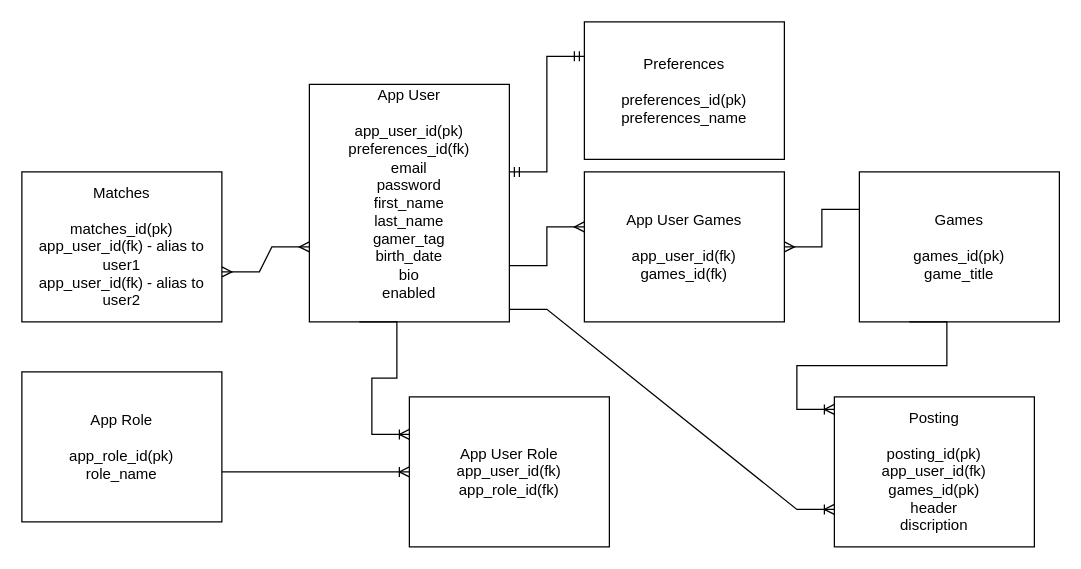
JLDeee/capstone keeps this draw.io diagram as capstone.drawio. Above is the earlier version. Source tidied: cells renumbered, new cells numbered last; positions are measured from the earlier drawing's top-left corner, leaving out a move shared by most shapes. Both pictures are drawn from the tidied source at 125%, with x=0, y=0 at pixel (21, 21).
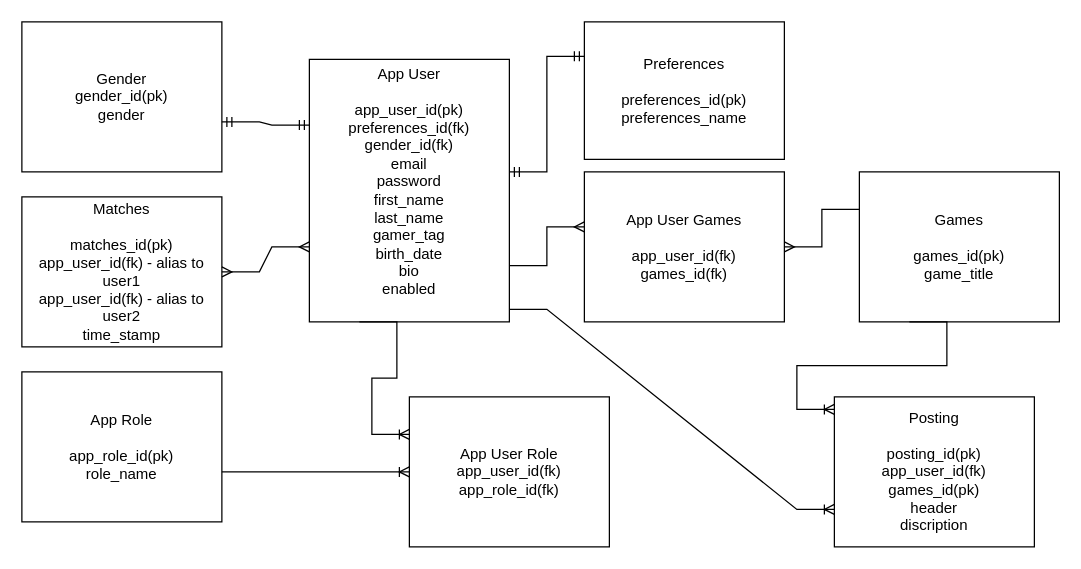
After the change.

Commit message (it also covers changes not shown here):
finished schema

The edit, as a diff of the source:
```diff
@@
-    <mxCell id="3" value="App User&lt;br&gt;&lt;br&gt;app_user_id(pk)&lt;br&gt;preferences_id(fk)&lt;br&gt;&lt;div style=&quot;&quot;&gt;email&lt;/div&gt;&lt;div style=&quot;&quot;&gt;password&lt;/div&gt;&lt;div style=&quot;&quot;&gt;&lt;div&gt;first_name&lt;/div&gt;&lt;div&gt;last_name&lt;/div&gt;&lt;div&gt;gamer_tag&lt;/div&gt;&lt;/div&gt;&lt;div style=&quot;&quot;&gt;birth_date&lt;/div&gt;&lt;div style=&quot;&quot;&gt;bio&lt;/div&gt;&lt;div style=&quot;&quot;&gt;enabled&lt;/div&gt;&lt;div style=&quot;&quot;&gt;&lt;br&gt;&lt;/div&gt;" style="rounded=0;whiteSpace=wrap;html=1;align=center;" parent="1" vertex="1">
-      <mxGeometry x="230" y="50" width="160" height="190" as="geometry" />
+    <mxCell id="3" value="App User&lt;br&gt;&lt;br&gt;app_user_id(pk)&lt;br&gt;preferences_id(fk)&lt;br&gt;gender_id(fk)&lt;br&gt;&lt;div style=&quot;&quot;&gt;email&lt;/div&gt;&lt;div style=&quot;&quot;&gt;password&lt;/div&gt;&lt;div style=&quot;&quot;&gt;&lt;div&gt;first_name&lt;/div&gt;&lt;div&gt;last_name&lt;/div&gt;&lt;div&gt;gamer_tag&lt;/div&gt;&lt;/div&gt;&lt;div style=&quot;&quot;&gt;birth_date&lt;/div&gt;&lt;div style=&quot;&quot;&gt;bio&lt;/div&gt;&lt;div style=&quot;&quot;&gt;enabled&lt;/div&gt;&lt;div style=&quot;&quot;&gt;&lt;br&gt;&lt;/div&gt;" style="rounded=0;whiteSpace=wrap;html=1;align=center;" parent="1" vertex="1">
+      <mxGeometry x="230" y="30" width="160" height="210" as="geometry" />
     </mxCell>
@@
-    <mxCell id="6" value="Matches&lt;br&gt;&lt;br&gt;matches_id(pk)&lt;br&gt;app_user_id(fk) - alias to user1&lt;br&gt;app_user_id(fk) - alias to user2" style="rounded=0;whiteSpace=wrap;html=1;" parent="1" vertex="1">
-      <mxGeometry y="120" width="160" height="120" as="geometry" />
+    <mxCell id="6" value="Matches&lt;br&gt;&lt;br&gt;matches_id(pk)&lt;br&gt;app_user_id(fk) - alias to user1&lt;br&gt;app_user_id(fk) - alias to user2&lt;br&gt;time_stamp" style="rounded=0;whiteSpace=wrap;html=1;" parent="1" vertex="1">
+      <mxGeometry y="140" width="160" height="120" as="geometry" />
     </mxCell>
@@
+    <mxCell id="19" value="Gender&lt;br&gt;gender_id(pk)&lt;br&gt;gender" style="rounded=0;whiteSpace=wrap;html=1;" parent="1" vertex="1">
+      <mxGeometry width="160" height="120" as="geometry" />
+    </mxCell>
+    <mxCell id="20" style="edgeStyle=entityRelationEdgeStyle;fontSize=12;html=1;endArrow=ERmandOne;startArrow=ERmandOne;rounded=0;entryX=0;entryY=0.25;entryDx=0;entryDy=0;" parent="1" edge="1" target="3">
+      <mxGeometry relative="1" as="geometry">
+        <mxPoint x="160" y="80" as="sourcePoint" />
+      </mxGeometry>
+    </mxCell>
```
